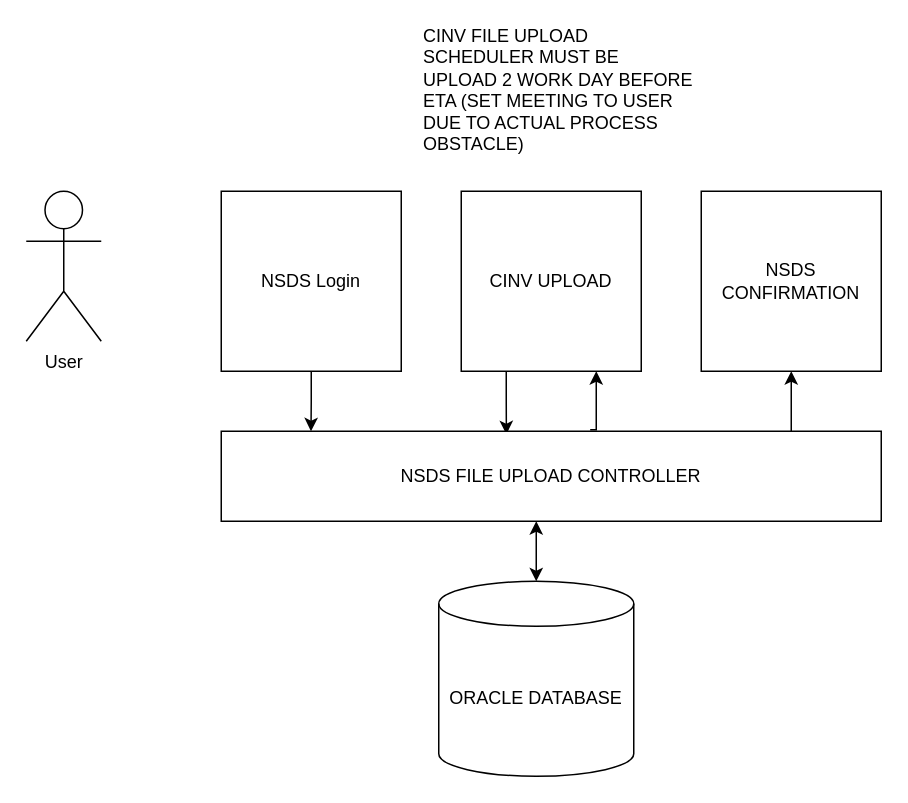
This is Existing Upload Data Import_NSDS_CINV.drawio from 1000pilar/import-system-ii, a draw.io file, before an edit. Source tidied: cells renumbered, new cells numbered last; positions are measured from the earlier drawing's top-left corner, leaving out a move shared by most shapes. Both pictures are drawn from the tidied source at 150%, with x=0, y=0 at pixel (26, 40).
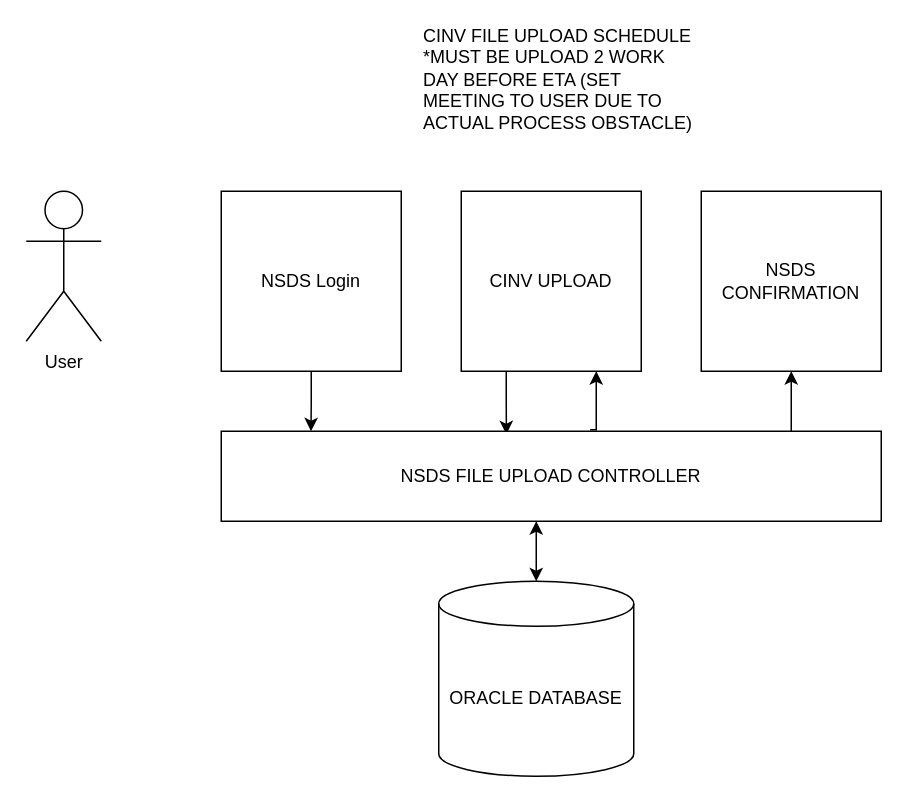
After the change.

Diff of the diagram source:
```diff
@@
 <mxGraphModel>
   <root>
     <mxCell id="0" />
     <mxCell id="1" parent="0" />
     <mxCell id="2" value="User" style="shape=umlActor;verticalLabelPosition=bottom;verticalAlign=top;html=1;" parent="1" vertex="1">
       <mxGeometry y="100" width="50" height="100" as="geometry" />
     </mxCell>
     <mxCell id="3" style="edgeStyle=orthogonalEdgeStyle;rounded=0;jettySize=auto;html=1;exitX=0.5;exitY=1;exitDx=0;exitDy=0;entryX=0.136;entryY=0;entryDx=0;entryDy=0;entryPerimeter=0;" parent="1" edge="1" source="4" target="9">
       <mxGeometry relative="1" as="geometry" />
     </mxCell>
     <mxCell id="4" value="NSDS Login" style="whiteSpace=wrap;html=1;" parent="1" vertex="1">
       <mxGeometry x="130" y="100" width="120" height="120" as="geometry" />
     </mxCell>
     <mxCell id="5" style="edgeStyle=orthogonalEdgeStyle;rounded=0;jettySize=auto;html=1;exitX=0.25;exitY=1;exitDx=0;exitDy=0;entryX=0.432;entryY=0.033;entryDx=0;entryDy=0;entryPerimeter=0;" parent="1" edge="1" source="6" target="9">
       <mxGeometry relative="1" as="geometry" />
     </mxCell>
     <mxCell id="6" value="CINV UPLOAD" style="whiteSpace=wrap;html=1;" parent="1" vertex="1">
       <mxGeometry x="290" y="100" width="120" height="120" as="geometry" />
     </mxCell>
     <mxCell id="7" value="NSDS CONFIRMATION" style="whiteSpace=wrap;html=1;" parent="1" vertex="1">
       <mxGeometry x="450" y="100" width="120" height="120" as="geometry" />
     </mxCell>
     <mxCell id="8" style="edgeStyle=orthogonalEdgeStyle;rounded=0;jettySize=auto;html=1;exitX=0.559;exitY=-0.017;exitDx=0;exitDy=0;entryX=0.75;entryY=1;entryDx=0;entryDy=0;exitPerimeter=0;" parent="1" edge="1" source="9" target="6">
       <mxGeometry relative="1" as="geometry">
         <Array as="points">
           <mxPoint x="380" y="259" />
         </Array>
       </mxGeometry>
     </mxCell>
     <mxCell id="9" value="NSDS FILE UPLOAD CONTROLLER" style="rounded=0;whiteSpace=wrap;html=1;" parent="1" vertex="1">
       <mxGeometry x="130" y="260" width="440" height="60" as="geometry" />
     </mxCell>
     <mxCell id="10" value="ORACLE DATABASE" style="shape=cylinder3;whiteSpace=wrap;html=1;boundedLbl=1;backgroundOutline=1;size=15;" parent="1" vertex="1">
       <mxGeometry x="275" y="360" width="130" height="130" as="geometry" />
     </mxCell>
     <mxCell id="11" style="endArrow=classic;startArrow=classic;html=1;rounded=0;exitX=0.5;exitY=0;exitDx=0;exitDy=0;exitPerimeter=0;" parent="1" edge="1" source="10">
       <mxGeometry relative="1" as="geometry">
         <mxPoint x="340" y="320" as="targetPoint" />
       </mxGeometry>
     </mxCell>
     <mxCell id="12" style="endArrow=classic;html=1;rounded=0;entryX=0.5;entryY=1;entryDx=0;entryDy=0;" parent="1" edge="1" target="7">
       <mxGeometry relative="1" as="geometry">
         <mxPoint x="510" y="260" as="sourcePoint" />
       </mxGeometry>
     </mxCell>
-    <mxCell id="13" value="CINV FILE UPLOAD SCHEDULER MUST BE UPLOAD 2 WORK DAY BEFORE ETA (SET MEETING TO USER DUE TO ACTUAL PROCESS OBSTACLE)" style="text;html=1;strokeColor=none;fillColor=none;spacing=5;spacingTop=-20;whiteSpace=wrap;overflow=hidden;rounded=0;" parent="1" vertex="1">
+    <mxCell id="13" value="CINV FILE UPLOAD SCHEDULE *MUST BE UPLOAD 2 WORK DAY BEFORE ETA (SET MEETING TO USER DUE TO ACTUAL PROCESS OBSTACLE)" style="text;html=1;strokeColor=none;fillColor=none;spacing=5;spacingTop=-20;whiteSpace=wrap;overflow=hidden;rounded=0;" parent="1" vertex="1">
       <mxGeometry x="260" width="190" height="80" as="geometry" />
     </mxCell>
   </root>
 </mxGraphModel>
```
